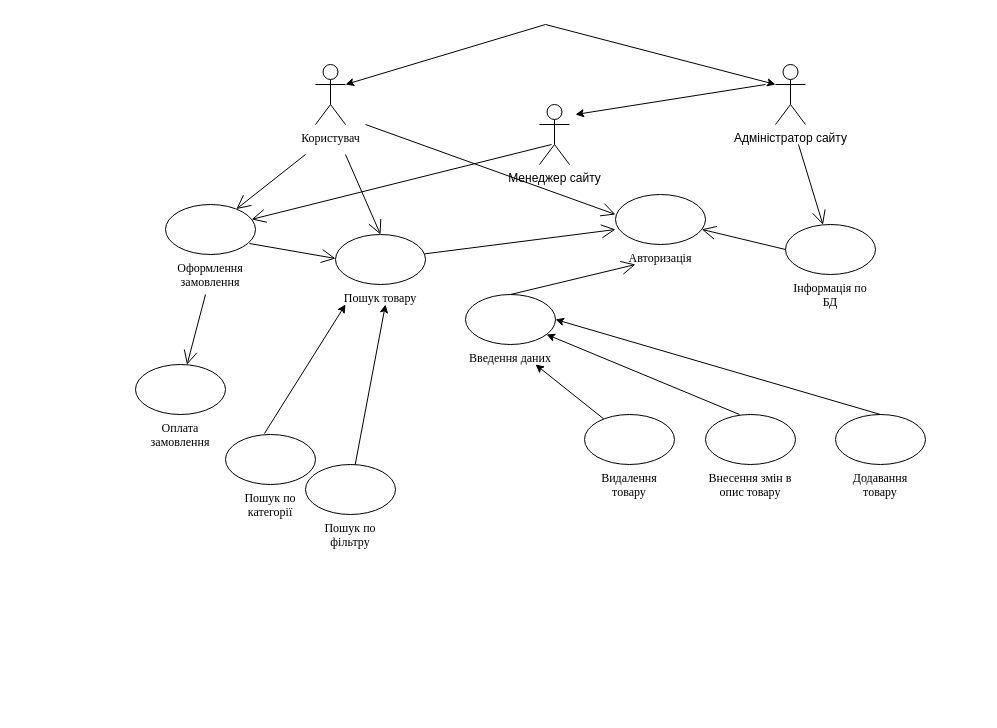
Earlier version of the draw.io diagram Untitled Diagram.drawio (Yulia1204/git). Source tidied: cells renumbered, new cells numbered last; positions are measured from the earlier drawing's top-left corner, leaving out a move shared by most shapes. Both pictures are drawn from the tidied source at 100%, with x=0, y=0 at pixel (135, 24).
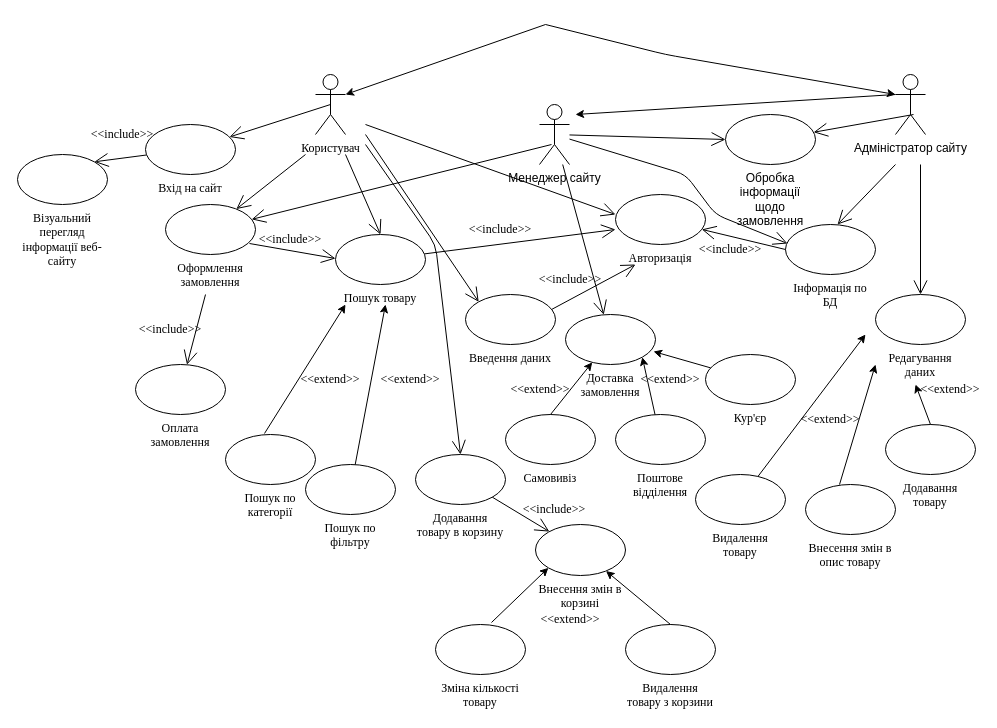
After the change.

Unchanged cells that the change refers to:
```xml
<mxCell id="4" value="Менеджер сайту&lt;br&gt;" style="shape=umlActor;verticalLabelPosition=bottom;verticalAlign=top;html=1;" parent="1" vertex="1">
  <mxGeometry x="404" y="80" width="30" height="60" as="geometry" />
</mxCell>
<mxCell id="19" value="Інформація по БД" style="ellipse;whiteSpace=wrap;html=1;fontFamily=Times New Roman;labelPosition=center;verticalLabelPosition=bottom;align=center;verticalAlign=top;" parent="1" vertex="1">
  <mxGeometry x="650" y="200" width="90" height="50" as="geometry" />
</mxCell>
<mxCell id="21" value="Введення даних&lt;br&gt;" style="ellipse;whiteSpace=wrap;html=1;fontFamily=Times New Roman;labelPosition=center;verticalLabelPosition=bottom;align=center;verticalAlign=top;" parent="1" vertex="1">
  <mxGeometry x="330" y="270" width="90" height="50" as="geometry" />
</mxCell>
```

Diff of the diagram source:
```diff
@@
     <mxCell id="2" value="Користувач" style="shape=umlActor;verticalLabelPosition=bottom;verticalAlign=top;html=1;fontFamily=Times New Roman;" parent="1" vertex="1">
-      <mxGeometry x="180" y="40" width="30" height="60" as="geometry" />
+      <mxGeometry x="180" y="50" width="30" height="60" as="geometry" />
     </mxCell>
     <mxCell id="3" value="Адміністратор сайту" style="shape=umlActor;verticalLabelPosition=bottom;verticalAlign=top;html=1;" parent="1" vertex="1">
-      <mxGeometry x="640" y="40" width="30" height="60" as="geometry" />
+      <mxGeometry x="760" y="50" width="30" height="60" as="geometry" />
     </mxCell>
@@
-    <mxCell id="6" style="endArrow=classic;html=1;fontFamily=Times New Roman;" parent="1" edge="1">
+    <mxCell id="6" style="endArrow=classic;html=1;fontFamily=Times New Roman;exitX=0;exitY=0.3333333333333333;exitDx=0;exitDy=0;exitPerimeter=0;" parent="1" edge="1" source="3">
       <mxGeometry relative="1" as="geometry">
-        <mxPoint x="630" y="60" as="sourcePoint" />
         <mxPoint x="440" y="90" as="targetPoint" />
       </mxGeometry>
     </mxCell>
     <mxCell id="7" style="endArrow=classic;html=1;fontFamily=Times New Roman;entryX=0;entryY=0.3333333333333333;entryDx=0;entryDy=0;entryPerimeter=0;" parent="1" edge="1" target="3">
       <mxGeometry relative="1" as="geometry">
         <mxPoint x="410" as="sourcePoint" />
+        <Array as="points">
+          <mxPoint x="530" y="30" />
+        </Array>
       </mxGeometry>
     </mxCell>
@@
     <mxCell id="22" value="Додавання товару" style="ellipse;whiteSpace=wrap;html=1;fontFamily=Times New Roman;labelPosition=center;verticalLabelPosition=bottom;align=center;verticalAlign=top;" parent="1" vertex="1">
-      <mxGeometry x="700" y="390" width="90" height="50" as="geometry" />
+      <mxGeometry x="750" y="400" width="90" height="50" as="geometry" />
     </mxCell>
     <mxCell id="23" value="Внесення змін в опис товару" style="ellipse;whiteSpace=wrap;html=1;fontFamily=Times New Roman;labelPosition=center;verticalLabelPosition=bottom;align=center;verticalAlign=top;" parent="1" vertex="1">
-      <mxGeometry x="570" y="390" width="90" height="50" as="geometry" />
+      <mxGeometry x="670" y="460" width="90" height="50" as="geometry" />
     </mxCell>
     <mxCell id="24" value="Видалення товару" style="ellipse;whiteSpace=wrap;html=1;fontFamily=Times New Roman;labelPosition=center;verticalLabelPosition=bottom;align=center;verticalAlign=top;" parent="1" vertex="1">
-      <mxGeometry x="449" y="390" width="90" height="50" as="geometry" />
+      <mxGeometry x="560" y="450" width="90" height="50" as="geometry" />
     </mxCell>
-    <mxCell id="25" style="endArrow=open;endFill=1;endSize=12;html=1;fontFamily=Times New Roman;" parent="1" edge="1" target="19">
-      <mxGeometry relative="1" as="geometry">
-        <mxPoint x="663" y="120" as="sourcePoint" />
-      </mxGeometry>
-    </mxCell>
@@
-    <mxCell id="28" style="endArrow=open;endFill=1;endSize=12;html=1;fontFamily=Times New Roman;exitX=0.5;exitY=0;exitDx=0;exitDy=0;" parent="1" edge="1" source="21">
+    <mxCell id="28" style="endArrow=open;endFill=1;endSize=12;html=1;fontFamily=Times New Roman;exitX=0.956;exitY=0.3;exitDx=0;exitDy=0;exitPerimeter=0;" parent="1" edge="1" source="21">
       <mxGeometry relative="1" as="geometry">
         <mxPoint x="500" y="240" as="targetPoint" />
       </mxGeometry>
     </mxCell>
     <mxCell id="29" style="endArrow=classic;html=1;fontFamily=Times New Roman;" parent="1" edge="1" source="24">
       <mxGeometry relative="1" as="geometry">
-        <mxPoint x="400" y="340" as="targetPoint" />
+        <mxPoint x="730" y="310" as="targetPoint" />
       </mxGeometry>
     </mxCell>
-    <mxCell id="30" style="endArrow=classic;html=1;fontFamily=Times New Roman;exitX=0.378;exitY=0;exitDx=0;exitDy=0;exitPerimeter=0;" parent="1" edge="1" source="23" target="21">
-      <mxGeometry relative="1" as="geometry" />
+    <mxCell id="30" style="endArrow=classic;html=1;fontFamily=Times New Roman;exitX=0.378;exitY=0;exitDx=0;exitDy=0;exitPerimeter=0;" parent="1" edge="1" source="23">
+      <mxGeometry relative="1" as="geometry">
+        <mxPoint x="740" y="340" as="targetPoint" />
+      </mxGeometry>
     </mxCell>
-    <mxCell id="31" style="endArrow=classic;html=1;fontFamily=Times New Roman;exitX=0.5;exitY=0;exitDx=0;exitDy=0;entryX=1;entryY=0.5;entryDx=0;entryDy=0;" parent="1" edge="1" source="22" target="21">
-      <mxGeometry relative="1" as="geometry" />
+    <mxCell id="31" style="endArrow=classic;html=1;fontFamily=Times New Roman;exitX=0.5;exitY=0;exitDx=0;exitDy=0;" parent="1" edge="1" source="22">
+      <mxGeometry relative="1" as="geometry">
+        <mxPoint x="780" y="360" as="targetPoint" />
+      </mxGeometry>
     </mxCell>
@@
+    <mxCell id="34" style="endArrow=open;endFill=1;endSize=12;html=1;fontFamily=Times New Roman;exitX=0.6;exitY=0.667;exitDx=0;exitDy=0;exitPerimeter=0;" parent="1" edge="1" source="3" target="35">
+      <mxGeometry relative="1" as="geometry" />
+    </mxCell>
+    <mxCell id="35" value="Обробка інформації щодо замовлення" style="ellipse;whiteSpace=wrap;html=1;labelPosition=center;verticalLabelPosition=bottom;align=center;verticalAlign=top;" parent="1" vertex="1">
+      <mxGeometry x="590" y="90" width="90" height="50" as="geometry" />
+    </mxCell>
+    <mxCell id="36" style="endArrow=open;endFill=1;endSize=12;html=1;fontFamily=Times New Roman;entryX=0;entryY=0.5;entryDx=0;entryDy=0;" parent="1" edge="1" source="4" target="35">
+      <mxGeometry relative="1" as="geometry" />
+    </mxCell>
+    <mxCell id="37" style="endArrow=open;endFill=1;endSize=12;html=1;fontFamily=Times New Roman;entryX=0.578;entryY=0;entryDx=0;entryDy=0;entryPerimeter=0;" parent="1" edge="1" target="19">
+      <mxGeometry relative="1" as="geometry">
+        <mxPoint x="760" y="140" as="sourcePoint" />
+      </mxGeometry>
+    </mxCell>
+    <mxCell id="38" value="Вхід на сайт" style="ellipse;whiteSpace=wrap;html=1;fontFamily=Times New Roman;labelPosition=center;verticalLabelPosition=bottom;align=center;verticalAlign=top;" parent="1" vertex="1">
+      <mxGeometry x="10" y="100" width="90" height="50" as="geometry" />
+    </mxCell>
+    <mxCell id="39" style="endArrow=open;endFill=1;endSize=12;html=1;fontFamily=Times New Roman;exitX=0.5;exitY=0.5;exitDx=0;exitDy=0;exitPerimeter=0;" parent="1" edge="1" source="2" target="38">
+      <mxGeometry relative="1" as="geometry" />
+    </mxCell>
+    <mxCell id="40" value="Додавання товару в корзину" style="ellipse;whiteSpace=wrap;html=1;fontFamily=Times New Roman;labelPosition=center;verticalLabelPosition=bottom;align=center;verticalAlign=top;" parent="1" vertex="1">
+      <mxGeometry x="280" y="430" width="90" height="50" as="geometry" />
+    </mxCell>
+    <mxCell id="41" style="endArrow=open;endFill=1;endSize=12;html=1;fontFamily=Times New Roman;entryX=0.5;entryY=0;entryDx=0;entryDy=0;" parent="1" edge="1" target="40">
+      <mxGeometry relative="1" as="geometry">
+        <mxPoint x="230" y="120" as="sourcePoint" />
+        <Array as="points">
+          <mxPoint x="300" y="220" />
+        </Array>
+      </mxGeometry>
+    </mxCell>
+    <mxCell id="42" style="endArrow=open;endFill=1;endSize=12;html=1;fontFamily=Times New Roman;exitX=1;exitY=1;exitDx=0;exitDy=0;" parent="1" edge="1" source="40" target="43">
+      <mxGeometry relative="1" as="geometry" />
+    </mxCell>
+    <mxCell id="43" value="Внесення змін в корзині" style="ellipse;whiteSpace=wrap;html=1;labelPosition=center;verticalLabelPosition=bottom;align=center;verticalAlign=top;fontFamily=Times New Roman;" parent="1" vertex="1">
+      <mxGeometry x="400" y="500" width="90" height="51" as="geometry" />
+    </mxCell>
+    <mxCell id="44" value="Видалення товару з корзини" style="ellipse;whiteSpace=wrap;html=1;fontFamily=Times New Roman;labelPosition=center;verticalLabelPosition=bottom;align=center;verticalAlign=top;" parent="1" vertex="1">
+      <mxGeometry x="490" y="600" width="90" height="50" as="geometry" />
+    </mxCell>
+    <mxCell id="45" value="Зміна кількості товару" style="ellipse;whiteSpace=wrap;html=1;fontFamily=Times New Roman;labelPosition=center;verticalLabelPosition=bottom;align=center;verticalAlign=top;" parent="1" vertex="1">
+      <mxGeometry x="300" y="600" width="90" height="50" as="geometry" />
+    </mxCell>
+    <mxCell id="46" value="Візуальний перегляд інформації веб-сайту&lt;br&gt;" style="ellipse;whiteSpace=wrap;html=1;fontFamily=Times New Roman;labelPosition=center;verticalLabelPosition=bottom;align=center;verticalAlign=top;" parent="1" vertex="1">
+      <mxGeometry x="-118" y="130" width="90" height="50" as="geometry" />
+    </mxCell>
+    <mxCell id="47" style="endArrow=open;endFill=1;endSize=12;html=1;fontFamily=Times New Roman;entryX=1;entryY=0;entryDx=0;entryDy=0;" parent="1" edge="1" source="38" target="46">
+      <mxGeometry relative="1" as="geometry" />
+    </mxCell>
+    <mxCell id="48" value="Редагування даних" style="ellipse;whiteSpace=wrap;html=1;fontFamily=Times New Roman;labelPosition=center;verticalLabelPosition=bottom;align=center;verticalAlign=top;" parent="1" vertex="1">
+      <mxGeometry x="740" y="270" width="90" height="50" as="geometry" />
+    </mxCell>
+    <mxCell id="49" style="endArrow=open;endFill=1;endSize=12;html=1;fontFamily=Times New Roman;entryX=0.5;entryY=0;entryDx=0;entryDy=0;" parent="1" edge="1" target="48">
+      <mxGeometry relative="1" as="geometry">
+        <mxPoint x="785" y="140" as="sourcePoint" />
+      </mxGeometry>
+    </mxCell>
+    <mxCell id="50" style="endArrow=open;endFill=1;endSize=12;html=1;fontFamily=Times New Roman;entryX=0;entryY=0;entryDx=0;entryDy=0;" parent="1" edge="1" target="21">
+      <mxGeometry relative="1" as="geometry">
+        <mxPoint x="230" y="110" as="sourcePoint" />
+      </mxGeometry>
+    </mxCell>
+    <mxCell id="51" style="endArrow=open;endFill=1;endSize=12;html=1;fontFamily=Times New Roman;entryX=0.022;entryY=0.38;entryDx=0;entryDy=0;entryPerimeter=0;" parent="1" edge="1" source="4" target="19">
+      <mxGeometry relative="1" as="geometry">
+        <Array as="points">
+          <mxPoint x="550" y="150" />
+          <mxPoint x="580" y="190" />
+        </Array>
+      </mxGeometry>
+    </mxCell>
+    <mxCell id="52" value="Доставка замовлення" style="ellipse;whiteSpace=wrap;html=1;fontFamily=Times New Roman;labelPosition=center;verticalLabelPosition=bottom;align=center;verticalAlign=top;" parent="1" vertex="1">
+      <mxGeometry x="430" y="290" width="90" height="50" as="geometry" />
+    </mxCell>
+    <mxCell id="53" style="endArrow=open;endFill=1;endSize=12;html=1;fontFamily=Times New Roman;" parent="1" edge="1" source="4" target="52">
+      <mxGeometry relative="1" as="geometry" />
+    </mxCell>
+    <mxCell id="54" style="endArrow=classic;html=1;fontFamily=Times New Roman;exitX=0.622;exitY=-0.04;exitDx=0;exitDy=0;exitPerimeter=0;entryX=0;entryY=1;entryDx=0;entryDy=0;" parent="1" edge="1" source="45" target="43">
+      <mxGeometry relative="1" as="geometry" />
+    </mxCell>
+    <mxCell id="55" style="endArrow=classic;html=1;fontFamily=Times New Roman;exitX=0.5;exitY=0;exitDx=0;exitDy=0;" parent="1" edge="1" source="44" target="43">
+      <mxGeometry relative="1" as="geometry" />
+    </mxCell>
+    <mxCell id="56" value="Самовивіз" style="ellipse;whiteSpace=wrap;html=1;fontFamily=Times New Roman;labelPosition=center;verticalLabelPosition=bottom;align=center;verticalAlign=top;" parent="1" vertex="1">
+      <mxGeometry x="370" y="390" width="90" height="50" as="geometry" />
+    </mxCell>
+    <mxCell id="57" style="endArrow=classic;html=1;fontFamily=Times New Roman;exitX=0.5;exitY=0;exitDx=0;exitDy=0;" parent="1" edge="1" source="56" target="52">
+      <mxGeometry relative="1" as="geometry" />
+    </mxCell>
+    <mxCell id="58" value="Кур'єр" style="ellipse;whiteSpace=wrap;html=1;fontFamily=Times New Roman;labelPosition=center;verticalLabelPosition=bottom;align=center;verticalAlign=top;" parent="1" vertex="1">
+      <mxGeometry x="570" y="330" width="90" height="50" as="geometry" />
+    </mxCell>
+    <mxCell id="59" style="endArrow=classic;html=1;fontFamily=Times New Roman;entryX=0.978;entryY=0.74;entryDx=0;entryDy=0;entryPerimeter=0;" parent="1" edge="1" source="58" target="52">
+      <mxGeometry relative="1" as="geometry" />
+    </mxCell>
+    <mxCell id="60" value="Поштове відділення" style="ellipse;whiteSpace=wrap;html=1;fontFamily=Times New Roman;labelPosition=center;verticalLabelPosition=bottom;align=center;verticalAlign=top;" parent="1" vertex="1">
+      <mxGeometry x="480" y="390" width="90" height="50" as="geometry" />
+    </mxCell>
+    <mxCell id="61" style="endArrow=classic;html=1;fontFamily=Times New Roman;entryX=1;entryY=1;entryDx=0;entryDy=0;" parent="1" edge="1" source="60" target="52">
+      <mxGeometry relative="1" as="geometry" />
+    </mxCell>
+    <mxCell id="62" value="&amp;lt;&amp;lt;include&amp;gt;&amp;gt;" style="text;html=1;strokeColor=none;fillColor=none;align=center;verticalAlign=middle;whiteSpace=wrap;rounded=0;fontFamily=Times New Roman;" parent="1" vertex="1">
+      <mxGeometry x="140" y="200" width="30" height="30" as="geometry" />
+    </mxCell>
+    <mxCell id="63" value="&amp;lt;&amp;lt;include&amp;gt;&amp;gt;" style="text;html=1;strokeColor=none;fillColor=none;align=center;verticalAlign=middle;whiteSpace=wrap;rounded=0;fontFamily=Times New Roman;" parent="1" vertex="1">
+      <mxGeometry x="20" y="290" width="30" height="30" as="geometry" />
+    </mxCell>
+    <mxCell id="64" value="&amp;lt;&amp;lt;include&amp;gt;&amp;gt;" style="text;html=1;strokeColor=none;fillColor=none;align=center;verticalAlign=middle;whiteSpace=wrap;rounded=0;fontFamily=Times New Roman;" parent="1" vertex="1">
+      <mxGeometry x="-28" y="95" width="30" height="30" as="geometry" />
+    </mxCell>
+    <mxCell id="65" value="&amp;lt;&amp;lt;include&amp;gt;&amp;gt;" style="text;html=1;strokeColor=none;fillColor=none;align=center;verticalAlign=middle;whiteSpace=wrap;rounded=0;fontFamily=Times New Roman;" parent="1" vertex="1">
+      <mxGeometry x="404" y="470" width="30" height="30" as="geometry" />
+    </mxCell>
+    <mxCell id="66" value="&amp;lt;&amp;lt;include&amp;gt;&amp;gt;" style="text;html=1;strokeColor=none;fillColor=none;align=center;verticalAlign=middle;whiteSpace=wrap;rounded=0;fontFamily=Times New Roman;" parent="1" vertex="1">
+      <mxGeometry x="350" y="190" width="30" height="30" as="geometry" />
+    </mxCell>
+    <mxCell id="67" value="&amp;lt;&amp;lt;include&amp;gt;&amp;gt;" style="text;html=1;strokeColor=none;fillColor=none;align=center;verticalAlign=middle;whiteSpace=wrap;rounded=0;fontFamily=Times New Roman;" parent="1" vertex="1">
+      <mxGeometry x="420" y="240" width="30" height="30" as="geometry" />
+    </mxCell>
+    <mxCell id="68" value="&amp;lt;&amp;lt;include&amp;gt;&amp;gt;" style="text;html=1;strokeColor=none;fillColor=none;align=center;verticalAlign=middle;whiteSpace=wrap;rounded=0;fontFamily=Times New Roman;" parent="1" vertex="1">
+      <mxGeometry x="580" y="210" width="30" height="30" as="geometry" />
+    </mxCell>
+    <mxCell id="69" value="&amp;lt;&amp;lt;extend&amp;gt;&amp;gt;" style="text;html=1;strokeColor=none;fillColor=none;align=center;verticalAlign=middle;whiteSpace=wrap;rounded=0;fontFamily=Times New Roman;" parent="1" vertex="1">
+      <mxGeometry x="180" y="340" width="30" height="30" as="geometry" />
+    </mxCell>
+    <mxCell id="70" value="&amp;lt;&amp;lt;extend&amp;gt;&amp;gt;" style="text;html=1;strokeColor=none;fillColor=none;align=center;verticalAlign=middle;whiteSpace=wrap;rounded=0;fontFamily=Times New Roman;" parent="1" vertex="1">
+      <mxGeometry x="260" y="340" width="30" height="30" as="geometry" />
+    </mxCell>
+    <mxCell id="71" value="&amp;lt;&amp;lt;extend&amp;gt;&amp;gt;" style="text;html=1;strokeColor=none;fillColor=none;align=center;verticalAlign=middle;whiteSpace=wrap;rounded=0;fontFamily=Times New Roman;" parent="1" vertex="1">
+      <mxGeometry x="420" y="580" width="30" height="30" as="geometry" />
+    </mxCell>
+    <mxCell id="72" value="&amp;lt;&amp;lt;extend&amp;gt;&amp;gt;" style="text;html=1;strokeColor=none;fillColor=none;align=center;verticalAlign=middle;whiteSpace=wrap;rounded=0;fontFamily=Times New Roman;" parent="1" vertex="1">
+      <mxGeometry x="520" y="340" width="30" height="30" as="geometry" />
+    </mxCell>
+    <mxCell id="73" value="&amp;lt;&amp;lt;extend&amp;gt;&amp;gt;" style="text;html=1;strokeColor=none;fillColor=none;align=center;verticalAlign=middle;whiteSpace=wrap;rounded=0;fontFamily=Times New Roman;" parent="1" vertex="1">
+      <mxGeometry x="390" y="350" width="30" height="30" as="geometry" />
+    </mxCell>
+    <mxCell id="74" value="&amp;lt;&amp;lt;extend&amp;gt;&amp;gt;" style="text;html=1;strokeColor=none;fillColor=none;align=center;verticalAlign=middle;whiteSpace=wrap;rounded=0;fontFamily=Times New Roman;" parent="1" vertex="1">
+      <mxGeometry x="680" y="380" width="30" height="30" as="geometry" />
+    </mxCell>
+    <mxCell id="75" value="&amp;lt;&amp;lt;extend&amp;gt;&amp;gt;" style="text;html=1;strokeColor=none;fillColor=none;align=center;verticalAlign=middle;whiteSpace=wrap;rounded=0;fontFamily=Times New Roman;" parent="1" vertex="1">
+      <mxGeometry x="800" y="350" width="30" height="30" as="geometry" />
+    </mxCell>
```
